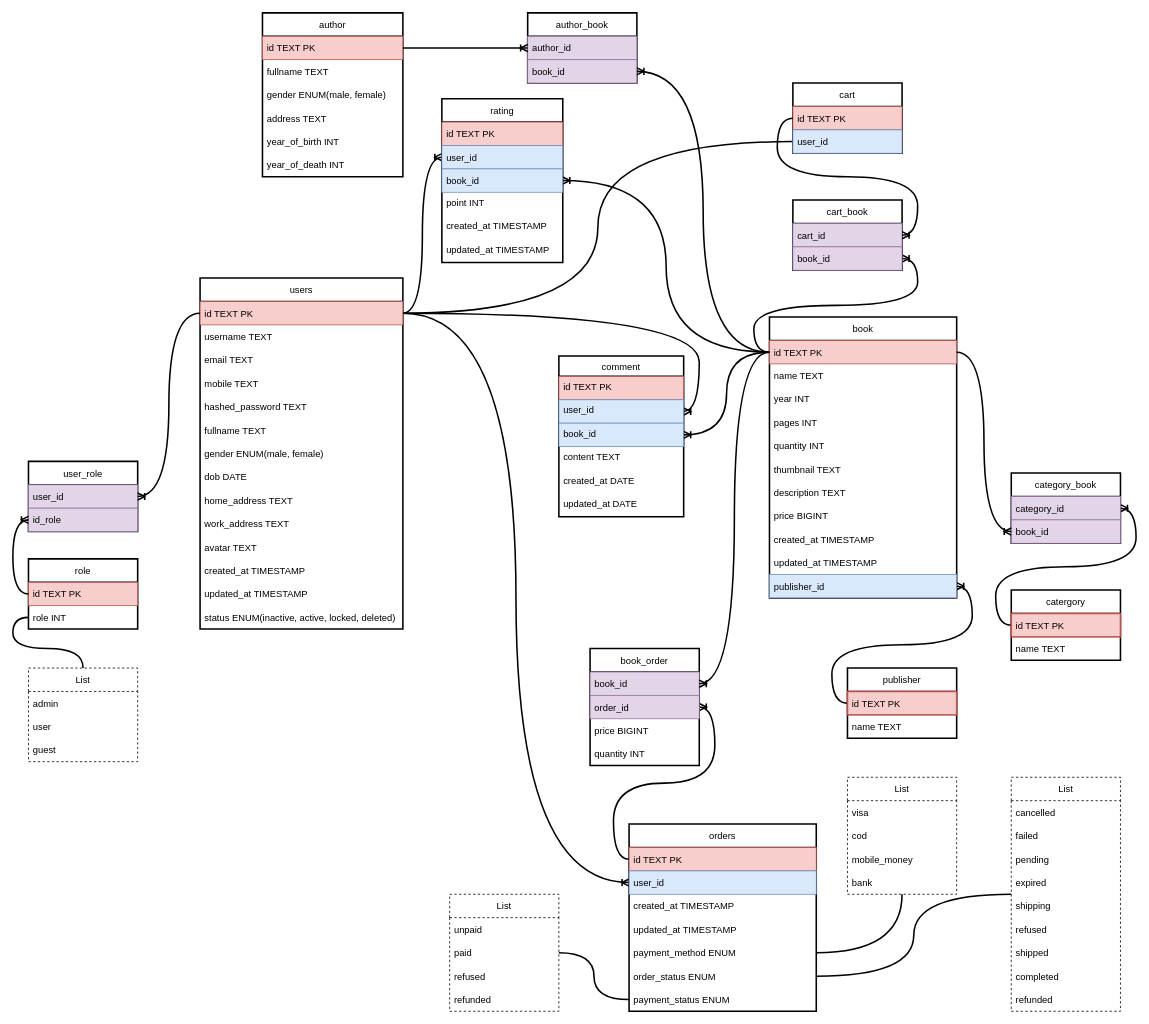
The draw.io diagram database-design/database-design.drawio in theduonghn/Techmaster-Java-Project, before the edit. Source tidied: cells renumbered, new cells numbered last; positions are measured from the earlier drawing's top-left corner, leaving out a move shared by most shapes. Both pictures are drawn from the tidied source at 78%, with x=0, y=0 at pixel (28, 12).
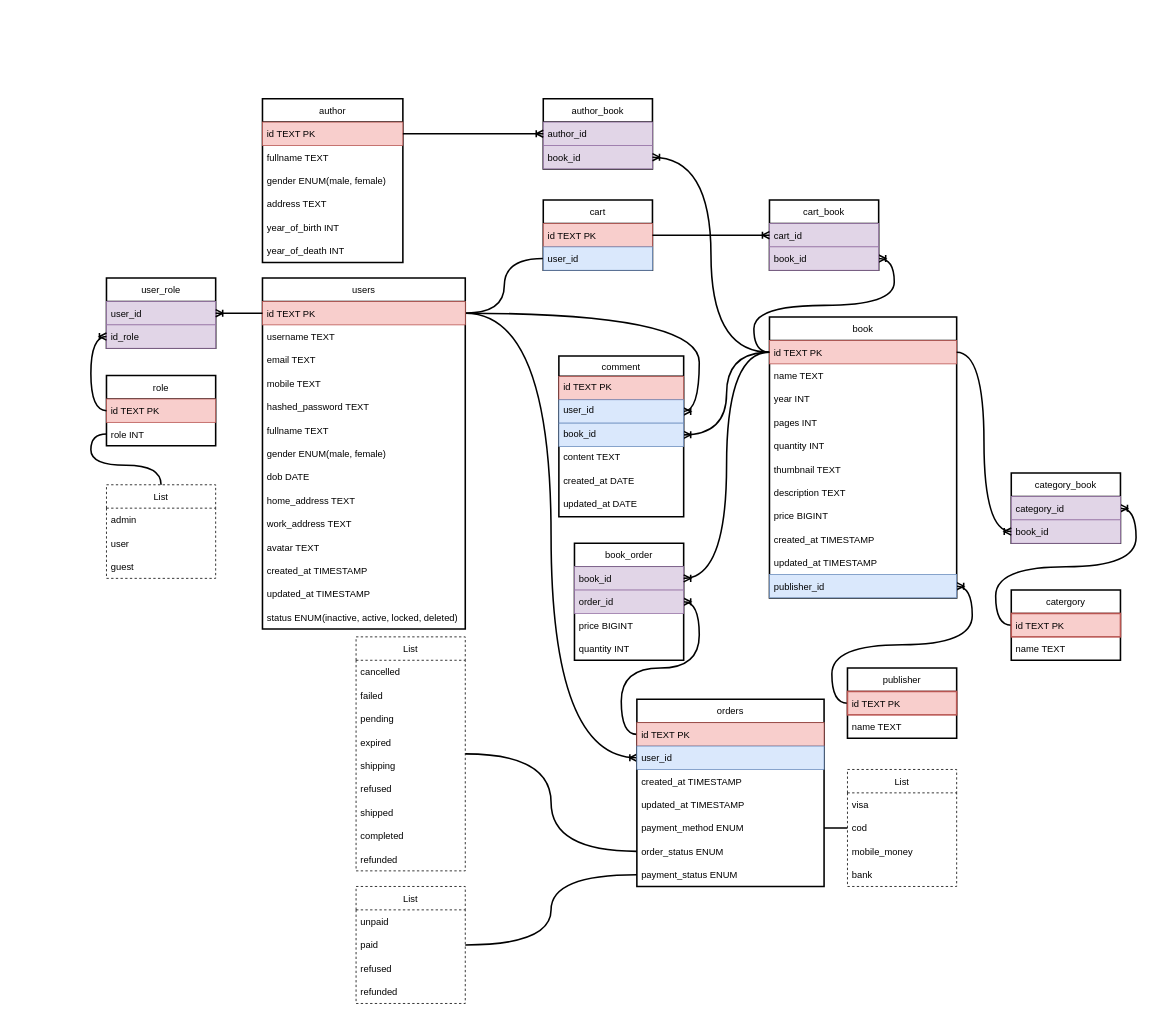
The same page after the edit.

Commit message (it also covers changes not shown here):
database design: remove rating

Unchanged cells that the change refers to:
```xml
<mxCell id="38" value="id TEXT PK" style="text;strokeColor=#b85450;fillColor=#f8cecc;align=left;verticalAlign=middle;spacingLeft=4;spacingRight=4;overflow=hidden;points=[[0,0.5],[1,0.5]];portConstraint=eastwest;labelBackgroundColor=none;rounded=0;" parent="37" vertex="1">
  <mxGeometry y="30" width="260" height="30" as="geometry" />
</mxCell>
<mxCell id="76" value="id TEXT PK" style="text;strokeColor=#b85450;fillColor=#f8cecc;align=left;verticalAlign=middle;spacingLeft=4;spacingRight=4;overflow=hidden;points=[[0,0.5],[1,0.5]];portConstraint=eastwest;rounded=0;" parent="75" vertex="1">
  <mxGeometry y="30" width="240" height="30" as="geometry" />
</mxCell>
```

What changed in the source:
```diff
@@
-    <mxCell id="3" style="edgeStyle=orthogonalEdgeStyle;jumpStyle=gap;jettySize=auto;html=1;entryX=1;entryY=0.5;entryDx=0;entryDy=0;startArrow=none;startFill=0;endArrow=ERoneToMany;endFill=0;strokeWidth=2;rounded=0;curved=1;" parent="1" edge="1" source="76" target="30">
-      <mxGeometry relative="1" as="geometry" />
-    </mxCell>
@@
-    <mxCell id="7" style="edgeStyle=orthogonalEdgeStyle;jumpStyle=gap;jettySize=auto;html=1;startArrow=none;startFill=0;endArrow=ERoneToMany;endFill=0;strokeWidth=2;rounded=0;curved=1;" parent="1" edge="1" source="38" target="29">
-      <mxGeometry relative="1" as="geometry" />
-    </mxCell>
@@
     <mxCell id="13" value="List" style="swimlane;fontStyle=0;horizontal=1;startSize=30;dashed=1;strokeWidth=1;fillColor=none;rounded=0;" parent="1" vertex="1">
-      <mxGeometry y="840" width="140" height="120" as="geometry" />
+      <mxGeometry x="100" y="605" width="140" height="120" as="geometry" />
     </mxCell>
@@
     <mxCell id="17" value="role" style="swimlane;fontStyle=0;horizontal=1;startSize=30;strokeWidth=2;rounded=0;" parent="1" vertex="1">
-      <mxGeometry y="700" width="140" height="90" as="geometry" />
+      <mxGeometry x="100" y="465" width="140" height="90" as="geometry" />
     </mxCell>
@@
-    <mxCell id="27" value="rating" style="swimlane;fontStyle=0;horizontal=1;startSize=30;labelBackgroundColor=none;strokeWidth=2;swimlaneLine=1;rounded=0;" parent="1" vertex="1">
-      <mxGeometry x="530" y="110" width="155" height="210" as="geometry" />
-    </mxCell>
-    <mxCell id="28" value="id TEXT PK" style="text;strokeColor=#b85450;fillColor=#f8cecc;align=left;verticalAlign=middle;spacingLeft=4;spacingRight=4;overflow=hidden;labelBackgroundColor=none;rounded=0;" parent="27" vertex="1">
-      <mxGeometry y="30" width="155" height="30" as="geometry" />
-    </mxCell>
-    <mxCell id="29" value="user_id" style="text;strokeColor=#6c8ebf;fillColor=#dae8fc;align=left;verticalAlign=middle;spacingLeft=4;spacingRight=4;overflow=hidden;points=[[0,0.5],[1,0.5]];portConstraint=eastwest;labelBackgroundColor=none;rounded=0;" parent="27" vertex="1">
-      <mxGeometry y="60" width="155" height="30" as="geometry" />
-    </mxCell>
-    <mxCell id="30" value="book_id" style="text;strokeColor=#6c8ebf;fillColor=#dae8fc;align=left;verticalAlign=middle;spacingLeft=4;spacingRight=4;overflow=hidden;points=[[0,0.5],[1,0.5]];portConstraint=eastwest;labelBackgroundColor=none;rounded=0;" parent="27" vertex="1">
-      <mxGeometry y="90" width="155" height="30" as="geometry" />
-    </mxCell>
-    <mxCell id="31" value="point INT" style="text;strokeColor=none;fillColor=none;spacingLeft=4;spacingRight=4;overflow=hidden;fontSize=12;rounded=0;" parent="27" vertex="1">
-      <mxGeometry y="120" width="155" height="30" as="geometry" />
-    </mxCell>
-    <mxCell id="32" value="created_at TIMESTAMP" style="text;strokeColor=none;fillColor=none;spacingLeft=4;spacingRight=4;overflow=hidden;fontSize=12;rounded=0;" parent="27" vertex="1">
-      <mxGeometry y="150" width="155" height="30" as="geometry" />
-    </mxCell>
-    <mxCell id="33" value="updated_at TIMESTAMP" style="text;strokeColor=none;fillColor=none;spacingLeft=4;spacingRight=4;overflow=hidden;fontSize=12;rounded=0;" parent="27" vertex="1">
-      <mxGeometry y="180" width="155" height="30" as="geometry" />
-    </mxCell>
     <mxCell id="34" value="cart" style="swimlane;fontStyle=0;horizontal=1;startSize=30;labelBackgroundColor=none;strokeColor=default;strokeWidth=2;fillColor=none;rounded=0;" parent="1" vertex="1">
-      <mxGeometry x="980" y="90" width="140" height="90" as="geometry" />
+      <mxGeometry x="660" y="240" width="140" height="90" as="geometry" />
     </mxCell>
@@
     <mxCell id="37" value="users" style="swimlane;fontStyle=0;horizontal=1;startSize=30;labelBackgroundColor=none;strokeWidth=2;swimlaneFillColor=none;rounded=0;" parent="1" vertex="1">
-      <mxGeometry x="220" y="340" width="260" height="450" as="geometry" />
+      <mxGeometry x="300" y="340" width="260" height="450" as="geometry" />
     </mxCell>
@@
     <mxCell id="52" value="user_role" style="swimlane;fontStyle=0;horizontal=1;startSize=30;strokeWidth=2;perimeterSpacing=1;rounded=0;" parent="1" vertex="1">
-      <mxGeometry y="575" width="140" height="90" as="geometry" />
+      <mxGeometry x="100" y="340" width="140" height="90" as="geometry" />
     </mxCell>
@@
     <mxCell id="63" value="cart_book" style="swimlane;fontStyle=0;horizontal=1;startSize=30;labelBackgroundColor=none;strokeWidth=2;rounded=0;" parent="1" vertex="1">
-      <mxGeometry x="980" y="240" width="140" height="90" as="geometry" />
+      <mxGeometry x="950" y="240" width="140" height="90" as="geometry" />
     </mxCell>
@@
     <mxCell id="67" value="orders" style="swimlane;fontStyle=0;horizontal=1;startSize=30;strokeWidth=2;rounded=0;" parent="1" vertex="1">
-      <mxGeometry x="770" y="1040" width="240" height="240" as="geometry" />
+      <mxGeometry x="780" y="880" width="240" height="240" as="geometry" />
     </mxCell>
@@
     <mxCell id="87" value="book_order" style="swimlane;fontStyle=0;horizontal=1;startSize=30;strokeWidth=2;glass=0;shadow=0;rounded=0;strokeColor=default;" parent="1" vertex="1">
-      <mxGeometry x="720" y="815" width="140" height="150" as="geometry" />
+      <mxGeometry x="700" y="680" width="140" height="150" as="geometry" />
     </mxCell>
@@
     <mxCell id="93" value="author" style="swimlane;fontStyle=0;horizontal=1;startSize=30;labelBackgroundColor=none;strokeWidth=2;swimlaneFillColor=none;rounded=0;" parent="1" vertex="1">
-      <mxGeometry x="300" width="180" height="210" as="geometry" />
+      <mxGeometry x="300" y="110" width="180" height="210" as="geometry" />
     </mxCell>
@@
     <mxCell id="100" value="author_book" style="swimlane;fontStyle=0;horizontal=1;startSize=30;labelBackgroundColor=none;strokeWidth=2;rounded=0;" parent="1" vertex="1">
-      <mxGeometry x="640" width="140" height="90" as="geometry" />
+      <mxGeometry x="660" y="110" width="140" height="90" as="geometry" />
     </mxCell>
@@
     <mxCell id="105" value="List" style="swimlane;fontStyle=0;horizontal=1;startSize=30;dashed=1;strokeWidth=1;fillColor=none;rounded=0;" parent="1" vertex="1">
-      <mxGeometry x="1260" y="980" width="140" height="300" as="geometry" />
+      <mxGeometry x="420" y="800" width="140" height="300" as="geometry" />
     </mxCell>
@@
     <mxCell id="115" value="List" style="swimlane;fontStyle=0;horizontal=1;startSize=30;dashed=1;strokeWidth=1;fillColor=none;rounded=0;" parent="1" vertex="1">
-      <mxGeometry x="540" y="1130" width="140" height="150" as="geometry" />
+      <mxGeometry x="420" y="1120" width="140" height="150" as="geometry" />
     </mxCell>
@@
     <mxCell id="122" value="List" style="swimlane;fontStyle=0;horizontal=1;startSize=30;dashed=1;strokeWidth=1;fillColor=none;rounded=0;" parent="1" vertex="1">
-      <mxGeometry x="1050" y="980" width="140" height="150" as="geometry" />
+      <mxGeometry x="1050" y="970" width="140" height="150" as="geometry" />
     </mxCell>
```
